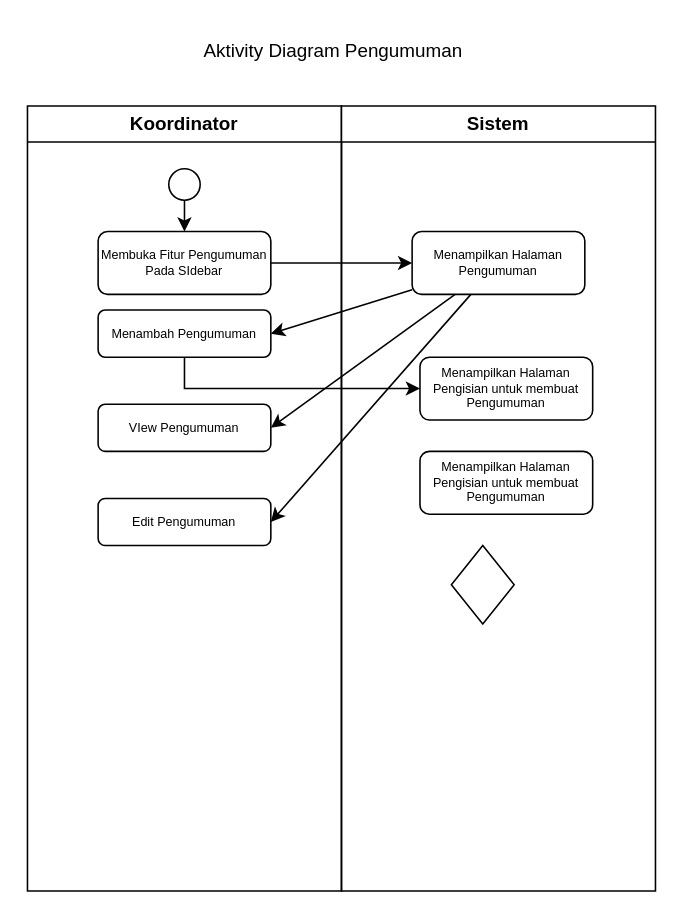
Above: Website Bimbingan Online/Activity Diagram/aktifitas Diagram-pengumuman.drawio in BagusCPaste/draw.io (draw.io), before the change. Source tidied: cells renumbered, new cells numbered last; positions are measured from the earlier drawing's top-left corner, leaving out a move shared by most shapes. Both pictures are drawn from the tidied source at 157%, with x=0, y=0 at pixel (27, 27).
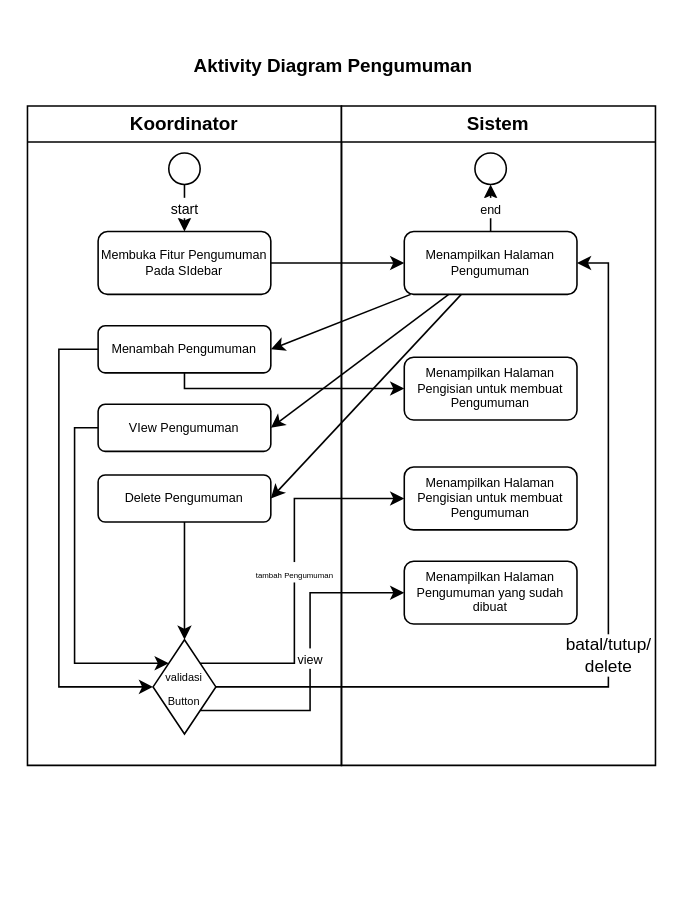
The same diagram, later.

Unchanged cells that the change refers to:
```xml
<mxCell id="5" value="Membuka Fitur Pengumuman Pada SIdebar" style="rounded=1;whiteSpace=wrap;html=1;fontSize=8;" parent="2" vertex="1">
  <mxGeometry x="45" y="80" width="110" height="40" as="geometry" />
</mxCell>
<mxCell id="7" value="VIew Pengumuman" style="rounded=1;whiteSpace=wrap;html=1;fontSize=8;" parent="2" vertex="1">
  <mxGeometry x="45" y="190" width="110" height="30" as="geometry" />
</mxCell>
```

What changed in the source:
```diff
@@
     <mxCell id="2" value="Koordinator" style="swimlane;whiteSpace=wrap;html=1;" parent="1" vertex="1">
-      <mxGeometry y="50" width="200" height="500" as="geometry" />
+      <mxGeometry y="50" width="200" height="420" as="geometry" />
     </mxCell>
-    <mxCell id="3" style="rounded=0;jettySize=auto;html=1;" parent="2" edge="1" source="4" target="5">
+    <mxCell id="3" value="&lt;font style=&quot;font-size: 9px;&quot;&gt;start&lt;/font&gt;" style="rounded=0;jettySize=auto;html=1;" parent="2" edge="1" source="4" target="5">
       <mxGeometry relative="1" as="geometry" />
     </mxCell>
     <mxCell id="4" style="ellipse;whiteSpace=wrap;html=1;" parent="2" vertex="1">
-      <mxGeometry x="90" y="40" width="20" height="20" as="geometry" />
+      <mxGeometry x="90" y="30" width="20" height="20" as="geometry" />
     </mxCell>
@@
+    <mxCell id="20" style="edgeStyle=orthogonalEdgeStyle;rounded=0;jettySize=auto;html=1;entryX=0;entryY=0.5;entryDx=0;entryDy=0;" parent="2" edge="1" source="6" target="13">
+      <mxGeometry relative="1" as="geometry">
+        <Array as="points">
+          <mxPoint x="20" y="155" />
+          <mxPoint x="20" y="370" />
+        </Array>
+      </mxGeometry>
+    </mxCell>
     <mxCell id="6" value="Menambah Pengumuman" style="rounded=1;whiteSpace=wrap;html=1;fontSize=8;" parent="2" vertex="1">
-      <mxGeometry x="45" y="130" width="110" height="30" as="geometry" />
+      <mxGeometry x="45" y="140" width="110" height="30" as="geometry" />
     </mxCell>
+    <mxCell id="21" style="edgeStyle=orthogonalEdgeStyle;rounded=0;jettySize=auto;html=1;entryX=0;entryY=0;entryDx=0;entryDy=0;elbow=vertical;" parent="2" edge="1" source="7" target="13">
+      <mxGeometry relative="1" as="geometry">
+        <Array as="points">
+          <mxPoint x="30" y="205" />
+          <mxPoint x="30" y="355" />
+        </Array>
+      </mxGeometry>
+    </mxCell>
@@
+    <mxCell id="22" style="rounded=0;jettySize=auto;html=1;" parent="2" edge="1" source="8" target="13">
+      <mxGeometry relative="1" as="geometry" />
+    </mxCell>
-    <mxCell id="8" value="Edit Pengumuman" style="rounded=1;whiteSpace=wrap;html=1;fontSize=8;" parent="2" vertex="1">
-      <mxGeometry x="45" y="250" width="110" height="30" as="geometry" />
+    <mxCell id="8" value="Delete Pengumuman" style="rounded=1;whiteSpace=wrap;html=1;fontSize=8;" parent="2" vertex="1">
+      <mxGeometry x="45" y="235" width="110" height="30" as="geometry" />
     </mxCell>
+    <mxCell id="13" value="&lt;font style=&quot;font-size: 7px;&quot;&gt;validasi Button&lt;/font&gt;" style="rhombus;whiteSpace=wrap;html=1;" parent="2" vertex="1">
+      <mxGeometry x="80" y="340" width="40" height="60" as="geometry" />
+    </mxCell>
     <mxCell id="9" value="Sistem" style="swimlane;whiteSpace=wrap;html=1;" parent="1" vertex="1">
-      <mxGeometry x="200" y="50" width="200" height="500" as="geometry" />
+      <mxGeometry x="200" y="50" width="200" height="420" as="geometry" />
     </mxCell>
+    <mxCell id="23" value="&lt;font style=&quot;font-size: 8px;&quot;&gt;end&lt;/font&gt;" style="edgeStyle=orthogonalEdgeStyle;rounded=0;jettySize=auto;html=1;entryX=0.5;entryY=1;entryDx=0;entryDy=0;" parent="9" edge="1" source="10" target="26">
+      <mxGeometry relative="1" as="geometry" />
+    </mxCell>
     <mxCell id="10" value="Menampilkan Halaman Pengumuman" style="rounded=1;whiteSpace=wrap;html=1;fontSize=8;" parent="9" vertex="1">
-      <mxGeometry x="45" y="80" width="110" height="40" as="geometry" />
+      <mxGeometry x="40" y="80" width="110" height="40" as="geometry" />
     </mxCell>
     <mxCell id="11" value="Menampilkan Halaman Pengisian untuk membuat Pengumuman" style="rounded=1;whiteSpace=wrap;html=1;fontSize=8;" parent="9" vertex="1">
-      <mxGeometry x="50" y="160" width="110" height="40" as="geometry" />
+      <mxGeometry x="40" y="160" width="110" height="40" as="geometry" />
     </mxCell>
     <mxCell id="12" value="Menampilkan Halaman Pengisian untuk membuat Pengumuman" style="rounded=1;whiteSpace=wrap;html=1;fontSize=8;" parent="9" vertex="1">
-      <mxGeometry x="50" y="220" width="110" height="40" as="geometry" />
+      <mxGeometry x="40" y="230" width="110" height="40" as="geometry" />
     </mxCell>
-    <mxCell id="13" style="rhombus;whiteSpace=wrap;html=1;" parent="9" vertex="1">
-      <mxGeometry x="70" y="280" width="40" height="50" as="geometry" />
-    </mxCell>
+    <mxCell id="24" value="Menampilkan Halaman Pengumuman yang sudah dibuat" style="rounded=1;whiteSpace=wrap;html=1;fontSize=8;" parent="9" vertex="1">
+      <mxGeometry x="40" y="290" width="110" height="40" as="geometry" />
+    </mxCell>
+    <mxCell id="25" value="batal/tutup/&lt;br&gt;delete" style="rounded=0;jettySize=auto;html=1;edgeStyle=orthogonalEdgeStyle;entryX=1;entryY=0.5;entryDx=0;entryDy=0;" parent="9" edge="1" target="10">
+      <mxGeometry relative="1" as="geometry">
+        <mxPoint x="-80" y="370" as="sourcePoint" />
+        <Array as="points">
+          <mxPoint x="170" y="370" />
+          <mxPoint x="170" y="100" />
+        </Array>
+      </mxGeometry>
+    </mxCell>
+    <mxCell id="26" style="ellipse;whiteSpace=wrap;html=1;" parent="9" vertex="1">
+      <mxGeometry x="85" y="30" width="20" height="20" as="geometry" />
+    </mxCell>
-    <mxCell id="14" value="Aktivity Diagram Pengumuman" style="text;html=1;align=center;verticalAlign=middle;whiteSpace=wrap;rounded=0;" parent="1" vertex="1">
-      <mxGeometry x="90" width="210" height="30" as="geometry" />
+    <mxCell id="14" value="&lt;b&gt;Aktivity Diagram Pengumuman&lt;/b&gt;" style="text;html=1;align=center;verticalAlign=middle;whiteSpace=wrap;rounded=0;" parent="1" vertex="1">
+      <mxGeometry x="90" y="10" width="210" height="30" as="geometry" />
     </mxCell>
@@
+    <mxCell id="27" value="&lt;font style=&quot;font-size: 5px;&quot;&gt;tambah Pengumuman&lt;/font&gt;" style="edgeStyle=orthogonalEdgeStyle;rounded=0;jettySize=auto;html=1;exitX=1;exitY=0;exitDx=0;exitDy=0;entryX=0;entryY=0.5;entryDx=0;entryDy=0;" parent="1" edge="1" source="13" target="12">
+      <mxGeometry relative="1" as="geometry">
+        <Array as="points">
+          <mxPoint x="170" y="405" />
+          <mxPoint x="170" y="300" />
+        </Array>
+      </mxGeometry>
+    </mxCell>
+    <mxCell id="28" value="&lt;font style=&quot;font-size: 8px;&quot;&gt;view&lt;/font&gt;" style="edgeStyle=orthogonalEdgeStyle;rounded=0;jettySize=auto;html=1;exitX=1;exitY=1;exitDx=0;exitDy=0;entryX=0;entryY=0.5;entryDx=0;entryDy=0;" parent="1" edge="1" source="13" target="24">
+      <mxGeometry relative="1" as="geometry" />
+    </mxCell>
```
